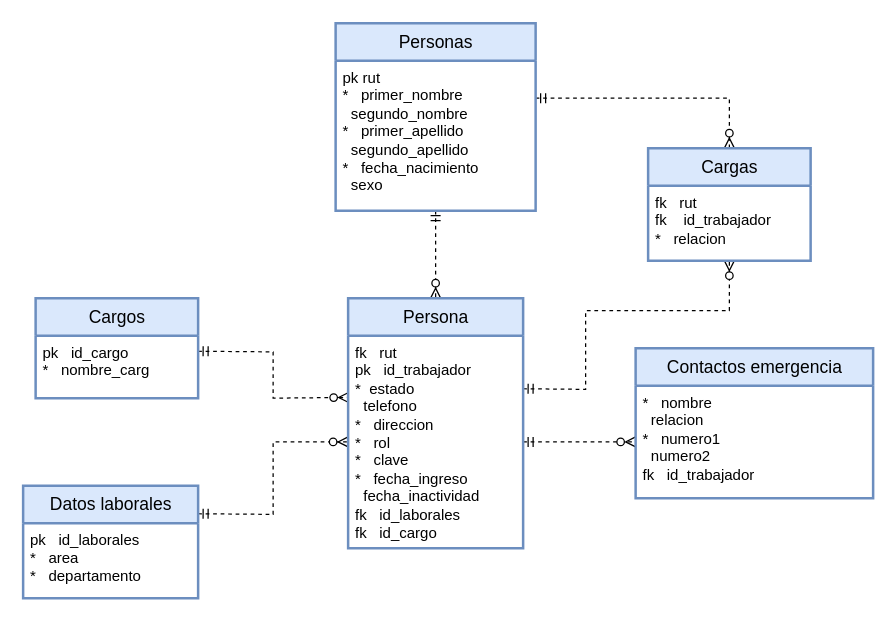
The draw.io diagram ModeloBdTallerDeAplicaciones/diagramas/Diseño fisico.drawio in Bixo612/Carpeta1, before the edit. Source tidied: cells renumbered, new cells numbered last; positions are measured from the earlier drawing's top-left corner, leaving out a move shared by most shapes. Both pictures are drawn from the tidied source at 125%, with x=0, y=0 at pixel (22, 22).
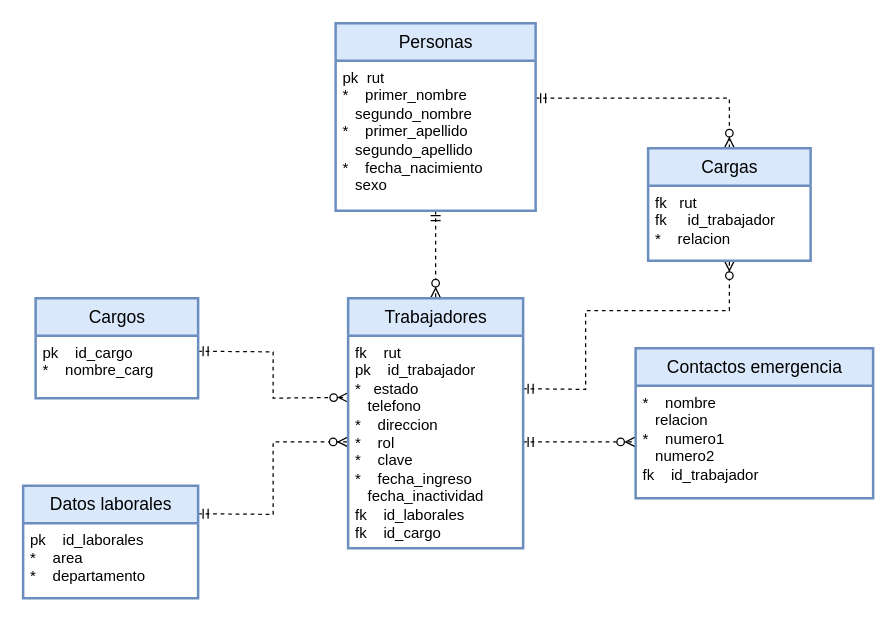
The same page after the edit.

Unchanged cells that the change refers to:
```xml
<mxCell id="10" value="Contactos emergencia" style="swimlane;horizontal=1;startSize=30;rounded=0;fontSize=14;fontStyle=0;strokeWidth=2;shadow=0;dashed=0;align=center;html=1;fillColor=#dae8fc;strokeColor=#6c8ebf;" parent="1" vertex="1">
  <mxGeometry x="490" y="260" width="190" height="120" as="geometry" />
</mxCell>
<mxCell id="12" value="Cargas" style="swimlane;horizontal=1;startSize=30;rounded=0;fontSize=14;fontStyle=0;strokeWidth=2;shadow=0;dashed=0;align=center;html=1;fillColor=#dae8fc;strokeColor=#6c8ebf;" parent="1" vertex="1">
  <mxGeometry x="500" y="100" width="130" height="90" as="geometry" />
</mxCell>
<mxCell id="14" value="Personas" style="swimlane;horizontal=1;startSize=30;rounded=0;fontSize=14;fontStyle=0;strokeWidth=2;shadow=0;dashed=0;align=center;html=1;fillColor=#dae8fc;strokeColor=#6c8ebf;" parent="1" vertex="1">
  <mxGeometry x="250" width="160" height="150" as="geometry" />
</mxCell>
<mxCell id="16" value="Datos laborales" style="swimlane;horizontal=1;startSize=30;rounded=0;fontSize=14;fontStyle=0;strokeWidth=2;shadow=0;dashed=0;align=center;html=1;fillColor=#dae8fc;strokeColor=#6c8ebf;" parent="1" vertex="1">
  <mxGeometry y="370" width="140" height="90" as="geometry" />
</mxCell>
<mxCell id="18" value="Cargos" style="swimlane;horizontal=1;startSize=30;rounded=0;fontSize=14;fontStyle=0;strokeWidth=2;shadow=0;dashed=0;align=center;html=1;fillColor=#dae8fc;strokeColor=#6c8ebf;" parent="1" vertex="1">
  <mxGeometry x="10" y="220" width="130" height="80" as="geometry" />
</mxCell>
```

Change to the diagram source:
```diff
@@
-    <mxCell id="8" value="Persona" style="swimlane;horizontal=1;startSize=30;rounded=0;fontSize=14;fontStyle=0;strokeWidth=2;shadow=0;dashed=0;align=center;html=1;fillColor=#dae8fc;strokeColor=#6c8ebf;" parent="1" vertex="1">
+    <mxCell id="8" value="Trabajadores" style="swimlane;horizontal=1;startSize=30;rounded=0;fontSize=14;fontStyle=0;strokeWidth=2;shadow=0;dashed=0;align=center;html=1;fillColor=#dae8fc;strokeColor=#6c8ebf;" parent="1" vertex="1">
       <mxGeometry x="260" y="220" width="140" height="200" as="geometry" />
     </mxCell>
-    <mxCell id="9" value="&lt;div&gt;&lt;span style=&quot;font-size: 12px;&quot;&gt;fk&lt;span style=&quot;&quot;&gt; &lt;span style=&quot;white-space: pre;&quot;&gt; &lt;span style=&quot;white-space: pre;&quot;&gt; &lt;/span&gt;&lt;/span&gt;&lt;/span&gt;rut&lt;/span&gt;&lt;/div&gt;&lt;div&gt;&lt;span style=&quot;font-size: 12px;&quot;&gt;pk&lt;span style=&quot;&quot;&gt; &lt;span style=&quot;white-space: pre;&quot;&gt; &lt;span style=&quot;white-space: pre;&quot;&gt; &lt;/span&gt;&lt;/span&gt;&lt;/span&gt;id_trabajador&lt;/span&gt;&lt;/div&gt;&lt;div&gt;&lt;span style=&quot;font-size: 12px;&quot;&gt;*&lt;span style=&quot;&quot;&gt; &lt;span style=&quot;white-space: pre;&quot;&gt; &lt;/span&gt;&lt;/span&gt;estado&lt;/span&gt;&lt;/div&gt;&lt;div&gt;&lt;span style=&quot;font-size: 12px;&quot;&gt;&lt;span style=&quot;&quot;&gt; &lt;/span&gt;&lt;span style=&quot;white-space: pre;&quot;&gt; &lt;span style=&quot;white-space: pre;&quot;&gt; &lt;/span&gt;&lt;/span&gt;telefono&lt;/span&gt;&lt;/div&gt;&lt;div&gt;&lt;span style=&quot;font-size: 12px;&quot;&gt;*&lt;span style=&quot;&quot;&gt; &lt;span style=&quot;white-space: pre;&quot;&gt; &lt;span style=&quot;white-space: pre;&quot;&gt; &lt;/span&gt;&lt;/span&gt;&lt;/span&gt;direccion&lt;/span&gt;&lt;/div&gt;&lt;div&gt;&lt;span style=&quot;font-size: 12px;&quot;&gt;*&lt;span style=&quot;&quot;&gt; &lt;span style=&quot;white-space: pre;&quot;&gt; &lt;span style=&quot;white-space: pre;&quot;&gt; &lt;/span&gt;&lt;/span&gt;&lt;/span&gt;rol&lt;/span&gt;&lt;/div&gt;&lt;div&gt;&lt;span style=&quot;font-size: 12px;&quot;&gt;*&lt;span style=&quot;&quot;&gt; &lt;span style=&quot;white-space: pre;&quot;&gt; &lt;span style=&quot;white-space: pre;&quot;&gt; &lt;/span&gt;&lt;/span&gt;&lt;/span&gt;clave&lt;/span&gt;&lt;/div&gt;&lt;div&gt;&lt;span style=&quot;font-size: 12px;&quot;&gt;*&lt;span style=&quot;&quot;&gt; &lt;span style=&quot;white-space: pre;&quot;&gt; &lt;span style=&quot;white-space: pre;&quot;&gt; &lt;/span&gt;&lt;/span&gt;&lt;/span&gt;fecha_ingreso&lt;/span&gt;&lt;/div&gt;&lt;div&gt;&lt;span style=&quot;font-size: 12px;&quot;&gt;&lt;span style=&quot;&quot;&gt; &lt;/span&gt;&lt;span style=&quot;white-space: pre;&quot;&gt; &lt;span style=&quot;white-space: pre;&quot;&gt; &lt;/span&gt;&lt;/span&gt;fecha_inactividad&lt;/span&gt;&lt;/div&gt;&lt;div&gt;&lt;span style=&quot;font-size: 12px;&quot;&gt;fk&lt;span style=&quot;&quot;&gt; &lt;span style=&quot;white-space: pre;&quot;&gt; &lt;span style=&quot;white-space: pre;&quot;&gt; &lt;/span&gt;&lt;/span&gt;&lt;/span&gt;id_laborales&lt;/span&gt;&lt;/div&gt;&lt;div&gt;&lt;span style=&quot;font-size: 12px;&quot;&gt;fk&lt;span style=&quot;&quot;&gt; &lt;span style=&quot;white-space: pre;&quot;&gt; &lt;span style=&quot;white-space: pre;&quot;&gt; &lt;/span&gt;&lt;/span&gt;&lt;/span&gt;id_cargo&lt;/span&gt;&lt;/div&gt;" style="align=left;strokeColor=none;fillColor=none;spacingLeft=4;fontSize=12;verticalAlign=top;html=1;rounded=0;" parent="8" vertex="1">
+    <mxCell id="9" value="&lt;div&gt;&lt;span style=&quot;font-size: 12px;&quot;&gt;fk&lt;span style=&quot;&quot;&gt; &lt;span style=&quot;white-space: pre;&quot;&gt; &lt;span style=&quot;white-space: pre;&quot;&gt; &lt;span style=&quot;white-space: pre;&quot;&gt; &lt;/span&gt;&lt;/span&gt;&lt;/span&gt;&lt;/span&gt;rut&lt;/span&gt;&lt;/div&gt;&lt;div&gt;&lt;span style=&quot;font-size: 12px;&quot;&gt;pk&lt;span style=&quot;&quot;&gt; &lt;span style=&quot;white-space: pre;&quot;&gt; &lt;span style=&quot;white-space: pre;&quot;&gt; &lt;span style=&quot;white-space: pre;&quot;&gt; &lt;/span&gt;&lt;/span&gt;&lt;/span&gt;&lt;/span&gt;id_trabajador&lt;/span&gt;&lt;/div&gt;&lt;div&gt;&lt;span style=&quot;font-size: 12px;&quot;&gt;*&lt;span style=&quot;&quot;&gt; &lt;span style=&quot;white-space: pre;&quot;&gt; &lt;span style=&quot;white-space: pre;&quot;&gt; &lt;/span&gt;&lt;/span&gt;&lt;/span&gt;estado&lt;/span&gt;&lt;/div&gt;&lt;div&gt;&lt;span style=&quot;font-size: 12px;&quot;&gt;&lt;span style=&quot;&quot;&gt; &lt;/span&gt;&lt;span style=&quot;white-space: pre;&quot;&gt; &lt;span style=&quot;white-space: pre;&quot;&gt; &lt;span style=&quot;white-space: pre;&quot;&gt; &lt;/span&gt;&lt;/span&gt;&lt;/span&gt;telefono&lt;/span&gt;&lt;/div&gt;&lt;div&gt;&lt;span style=&quot;font-size: 12px;&quot;&gt;*&lt;span style=&quot;&quot;&gt; &lt;span style=&quot;white-space: pre;&quot;&gt; &lt;span style=&quot;white-space: pre;&quot;&gt; &lt;span style=&quot;white-space: pre;&quot;&gt; &lt;/span&gt;&lt;/span&gt;&lt;/span&gt;&lt;/span&gt;direccion&lt;/span&gt;&lt;/div&gt;&lt;div&gt;&lt;span style=&quot;font-size: 12px;&quot;&gt;*&lt;span style=&quot;&quot;&gt; &lt;span style=&quot;white-space: pre;&quot;&gt; &lt;span style=&quot;white-space: pre;&quot;&gt; &lt;span style=&quot;white-space: pre;&quot;&gt; &lt;/span&gt;&lt;/span&gt;&lt;/span&gt;&lt;/span&gt;rol&lt;/span&gt;&lt;/div&gt;&lt;div&gt;&lt;span style=&quot;font-size: 12px;&quot;&gt;*&lt;span style=&quot;&quot;&gt; &lt;span style=&quot;white-space: pre;&quot;&gt; &lt;span style=&quot;white-space: pre;&quot;&gt; &lt;span style=&quot;white-space: pre;&quot;&gt; &lt;/span&gt;&lt;/span&gt;&lt;/span&gt;&lt;/span&gt;clave&lt;/span&gt;&lt;/div&gt;&lt;div&gt;&lt;span style=&quot;font-size: 12px;&quot;&gt;*&lt;span style=&quot;&quot;&gt; &lt;span style=&quot;white-space: pre;&quot;&gt; &lt;span style=&quot;white-space: pre;&quot;&gt; &lt;span style=&quot;white-space: pre;&quot;&gt; &lt;/span&gt;&lt;/span&gt;&lt;/span&gt;&lt;/span&gt;fecha_ingreso&lt;/span&gt;&lt;/div&gt;&lt;div&gt;&lt;span style=&quot;font-size: 12px;&quot;&gt;&lt;span style=&quot;&quot;&gt; &lt;/span&gt;&lt;span style=&quot;white-space: pre;&quot;&gt; &lt;span style=&quot;white-space: pre;&quot;&gt; &lt;span style=&quot;white-space: pre;&quot;&gt; &lt;/span&gt;&lt;/span&gt;&lt;/span&gt;fecha_inactividad&lt;/span&gt;&lt;/div&gt;&lt;div&gt;&lt;span style=&quot;font-size: 12px;&quot;&gt;fk&lt;span style=&quot;&quot;&gt; &lt;span style=&quot;white-space: pre;&quot;&gt; &lt;span style=&quot;white-space: pre;&quot;&gt; &lt;span style=&quot;white-space: pre;&quot;&gt; &lt;/span&gt;&lt;/span&gt;&lt;/span&gt;&lt;/span&gt;id_laborales&lt;/span&gt;&lt;/div&gt;&lt;div&gt;&lt;span style=&quot;font-size: 12px;&quot;&gt;fk&lt;span style=&quot;&quot;&gt; &lt;span style=&quot;white-space: pre;&quot;&gt; &lt;span style=&quot;white-space: pre;&quot;&gt; &lt;span style=&quot;white-space: pre;&quot;&gt; &lt;/span&gt;&lt;/span&gt;&lt;/span&gt;&lt;/span&gt;id_cargo&lt;/span&gt;&lt;/div&gt;" style="align=left;strokeColor=none;fillColor=none;spacingLeft=4;fontSize=12;verticalAlign=top;html=1;rounded=0;" parent="8" vertex="1">
       <mxGeometry y="30" width="140" height="170" as="geometry" />
     </mxCell>
@@
-    <mxCell id="11" value="&lt;div&gt;&lt;span style=&quot;font-size: 12px;&quot;&gt;*&lt;span style=&quot;&quot;&gt; &lt;span style=&quot;white-space: pre;&quot;&gt; &lt;span style=&quot;white-space: pre;&quot;&gt; &lt;/span&gt;&lt;/span&gt;&lt;/span&gt;nombre&lt;/span&gt;&lt;/div&gt;&lt;div&gt;&lt;span style=&quot;font-size: 12px;&quot;&gt;&lt;span style=&quot;&quot;&gt; &lt;/span&gt;&lt;span style=&quot;white-space: pre;&quot;&gt; &lt;span style=&quot;white-space: pre;&quot;&gt; &lt;/span&gt;&lt;/span&gt;relacion&lt;/span&gt;&lt;/div&gt;&lt;div&gt;&lt;span style=&quot;font-size: 12px;&quot;&gt;*&lt;span style=&quot;&quot;&gt; &lt;span style=&quot;white-space: pre;&quot;&gt; &lt;span style=&quot;white-space: pre;&quot;&gt; &lt;/span&gt;&lt;/span&gt;&lt;/span&gt;numero1&lt;/span&gt;&lt;/div&gt;&lt;div&gt;&lt;span style=&quot;font-size: 12px;&quot;&gt;&lt;span style=&quot;&quot;&gt; &lt;/span&gt;&lt;span style=&quot;white-space: pre;&quot;&gt; &lt;span style=&quot;white-space: pre;&quot;&gt; &lt;/span&gt;&lt;/span&gt;numero2&lt;/span&gt;&lt;/div&gt;&lt;div&gt;&lt;span style=&quot;font-size: 12px;&quot;&gt;fk&lt;span style=&quot;&quot;&gt; &lt;span style=&quot;white-space: pre;&quot;&gt; &lt;span style=&quot;white-space: pre;&quot;&gt; &lt;/span&gt;&lt;/span&gt;&lt;/span&gt;id_trabajador&lt;/span&gt;&lt;/div&gt;" style="align=left;strokeColor=none;fillColor=none;spacingLeft=4;fontSize=12;verticalAlign=top;html=1;rounded=0;" parent="10" vertex="1">
+    <mxCell id="11" value="&lt;div&gt;&lt;span style=&quot;font-size: 12px;&quot;&gt;*&lt;span style=&quot;&quot;&gt; &lt;span style=&quot;white-space: pre;&quot;&gt; &lt;span style=&quot;white-space: pre;&quot;&gt; &lt;span style=&quot;white-space: pre;&quot;&gt; &lt;/span&gt;&lt;/span&gt;&lt;/span&gt;&lt;/span&gt;nombre&lt;/span&gt;&lt;/div&gt;&lt;div&gt;&lt;span style=&quot;font-size: 12px;&quot;&gt;&lt;span style=&quot;&quot;&gt; &lt;/span&gt;&lt;span style=&quot;white-space: pre;&quot;&gt; &lt;span style=&quot;white-space: pre;&quot;&gt; &lt;span style=&quot;white-space: pre;&quot;&gt; &lt;/span&gt;&lt;/span&gt;&lt;/span&gt;relacion&lt;/span&gt;&lt;/div&gt;&lt;div&gt;&lt;span style=&quot;font-size: 12px;&quot;&gt;*&lt;span style=&quot;&quot;&gt; &lt;span style=&quot;white-space: pre;&quot;&gt; &lt;span style=&quot;white-space: pre;&quot;&gt; &lt;span style=&quot;white-space: pre;&quot;&gt; &lt;/span&gt;&lt;/span&gt;&lt;/span&gt;&lt;/span&gt;numero1&lt;/span&gt;&lt;/div&gt;&lt;div&gt;&lt;span style=&quot;font-size: 12px;&quot;&gt;&lt;span style=&quot;&quot;&gt; &lt;/span&gt;&lt;span style=&quot;white-space: pre;&quot;&gt; &lt;span style=&quot;white-space: pre;&quot;&gt; &lt;span style=&quot;white-space: pre;&quot;&gt; &lt;/span&gt;&lt;/span&gt;&lt;/span&gt;numero2&lt;/span&gt;&lt;/div&gt;&lt;div&gt;&lt;span style=&quot;font-size: 12px;&quot;&gt;fk&lt;span style=&quot;&quot;&gt; &lt;span style=&quot;white-space: pre;&quot;&gt; &lt;span style=&quot;white-space: pre;&quot;&gt; &lt;span style=&quot;white-space: pre;&quot;&gt; &lt;/span&gt;&lt;/span&gt;&lt;/span&gt;&lt;/span&gt;id_trabajador&lt;/span&gt;&lt;/div&gt;" style="align=left;strokeColor=none;fillColor=none;spacingLeft=4;fontSize=12;verticalAlign=top;html=1;rounded=0;" parent="10" vertex="1">
       <mxGeometry y="30" width="190" height="90" as="geometry" />
     </mxCell>
@@
-    <mxCell id="13" value="&lt;div&gt;&lt;span style=&quot;font-size: 12px;&quot;&gt;fk&lt;span style=&quot;&quot;&gt; &lt;span style=&quot;white-space: pre;&quot;&gt; &lt;span style=&quot;white-space: pre;&quot;&gt; &lt;/span&gt;&lt;/span&gt;&lt;/span&gt;rut&lt;/span&gt;&lt;/div&gt;&lt;div&gt;&lt;span style=&quot;font-size: 12px;&quot;&gt;fk &lt;span style=&quot;white-space: pre;&quot;&gt; &lt;/span&gt;&lt;span style=&quot;&quot;&gt; &lt;span style=&quot;white-space: pre;&quot;&gt; &lt;/span&gt;&lt;/span&gt;id_trabajador&lt;/span&gt;&lt;/div&gt;&lt;div&gt;&lt;span style=&quot;font-size: 12px;&quot;&gt;*&lt;span style=&quot;&quot;&gt; &lt;span style=&quot;white-space: pre;&quot;&gt; &lt;span style=&quot;white-space: pre;&quot;&gt; &lt;/span&gt;&lt;/span&gt;&lt;/span&gt;relacion&lt;/span&gt;&lt;/div&gt;" style="align=left;strokeColor=none;fillColor=none;spacingLeft=4;fontSize=12;verticalAlign=top;html=1;rounded=0;" parent="12" vertex="1">
+    <mxCell id="13" value="&lt;div&gt;&lt;span style=&quot;font-size: 12px;&quot;&gt;fk&lt;span style=&quot;&quot;&gt; &lt;span style=&quot;white-space: pre;&quot;&gt; &lt;span style=&quot;white-space: pre;&quot;&gt; &lt;/span&gt;&lt;/span&gt;&lt;/span&gt;rut&lt;/span&gt;&lt;/div&gt;&lt;div&gt;&lt;span style=&quot;font-size: 12px;&quot;&gt;fk &lt;span style=&quot;white-space: pre;&quot;&gt; &lt;/span&gt;&lt;span style=&quot;&quot;&gt; &lt;span style=&quot;white-space: pre;&quot;&gt; &lt;span style=&quot;white-space: pre;&quot;&gt; &lt;/span&gt;&lt;/span&gt;&lt;/span&gt;id_trabajador&lt;/span&gt;&lt;/div&gt;&lt;div&gt;&lt;span style=&quot;font-size: 12px;&quot;&gt;*&lt;span style=&quot;&quot;&gt; &lt;span style=&quot;white-space: pre;&quot;&gt; &lt;span style=&quot;white-space: pre;&quot;&gt; &lt;span style=&quot;white-space: pre;&quot;&gt; &lt;/span&gt;&lt;/span&gt;&lt;/span&gt;&lt;/span&gt;relacion&lt;/span&gt;&lt;/div&gt;" style="align=left;strokeColor=none;fillColor=none;spacingLeft=4;fontSize=12;verticalAlign=top;html=1;rounded=0;" parent="12" vertex="1">
       <mxGeometry y="30" width="130" height="60" as="geometry" />
     </mxCell>
@@
-    <mxCell id="15" value="&lt;div&gt;&lt;span style=&quot;font-size: 12px;&quot;&gt;pk&lt;span style=&quot;white-space: pre;&quot;&gt; &lt;/span&gt;rut&lt;/span&gt;&lt;/div&gt;&lt;div&gt;&lt;span style=&quot;font-size: 12px;&quot;&gt;*&lt;span style=&quot;&quot;&gt; &lt;span style=&quot;white-space: pre;&quot;&gt; &lt;span style=&quot;white-space: pre;&quot;&gt; &lt;/span&gt;&lt;/span&gt;&lt;/span&gt;primer_nombre&lt;/span&gt;&lt;/div&gt;&lt;div&gt;&lt;span style=&quot;font-size: 12px;&quot;&gt;&lt;span style=&quot;&quot;&gt; &lt;/span&gt;&lt;span style=&quot;white-space: pre;&quot;&gt; &lt;span style=&quot;white-space: pre;&quot;&gt; &lt;/span&gt;&lt;/span&gt;segundo_nombre&lt;/span&gt;&lt;/div&gt;&lt;div&gt;&lt;span style=&quot;font-size: 12px;&quot;&gt;*&lt;span style=&quot;&quot;&gt; &lt;span style=&quot;white-space: pre;&quot;&gt; &lt;span style=&quot;white-space: pre;&quot;&gt; &lt;/span&gt;&lt;/span&gt;&lt;/span&gt;primer_apellido&lt;/span&gt;&lt;/div&gt;&lt;div&gt;&lt;span style=&quot;font-size: 12px;&quot;&gt;&lt;span style=&quot;&quot;&gt; &lt;/span&gt;&lt;span style=&quot;white-space: pre;&quot;&gt; &lt;span style=&quot;white-space: pre;&quot;&gt; &lt;/span&gt;&lt;/span&gt;segundo_apellido&lt;/span&gt;&lt;/div&gt;&lt;div&gt;&lt;span style=&quot;font-size: 12px;&quot;&gt;*&lt;span style=&quot;&quot;&gt; &lt;span style=&quot;white-space: pre;&quot;&gt; &lt;span style=&quot;white-space: pre;&quot;&gt; &lt;/span&gt;&lt;/span&gt;&lt;/span&gt;fecha_nacimiento&lt;/span&gt;&lt;/div&gt;&lt;div&gt;&lt;span style=&quot;font-size: 12px;&quot;&gt;&lt;span style=&quot;&quot;&gt; &lt;/span&gt;&lt;span style=&quot;white-space: pre;&quot;&gt; &lt;span style=&quot;white-space: pre;&quot;&gt; &lt;/span&gt;&lt;/span&gt;sexo&lt;/span&gt;&lt;/div&gt;" style="align=left;strokeColor=none;fillColor=none;spacingLeft=4;fontSize=12;verticalAlign=top;html=1;rounded=0;" parent="14" vertex="1">
+    <mxCell id="15" value="&lt;div&gt;&lt;span style=&quot;font-size: 12px;&quot;&gt;pk&lt;span style=&quot;white-space: pre;&quot;&gt; &lt;span style=&quot;white-space: pre;&quot;&gt; &lt;/span&gt;&lt;/span&gt;rut&lt;/span&gt;&lt;/div&gt;&lt;div&gt;&lt;span style=&quot;font-size: 12px;&quot;&gt;*&lt;span style=&quot;&quot;&gt; &lt;span style=&quot;white-space: pre;&quot;&gt; &lt;span style=&quot;white-space: pre;&quot;&gt; &lt;span style=&quot;white-space: pre;&quot;&gt; &lt;/span&gt;&lt;/span&gt;&lt;/span&gt;&lt;/span&gt;primer_nombre&lt;/span&gt;&lt;/div&gt;&lt;div&gt;&lt;span style=&quot;font-size: 12px;&quot;&gt;&lt;span style=&quot;&quot;&gt; &lt;/span&gt;&lt;span style=&quot;white-space: pre;&quot;&gt; &lt;span style=&quot;white-space: pre;&quot;&gt; &lt;span style=&quot;white-space: pre;&quot;&gt; &lt;/span&gt;&lt;/span&gt;&lt;/span&gt;segundo_nombre&lt;/span&gt;&lt;/div&gt;&lt;div&gt;&lt;span style=&quot;font-size: 12px;&quot;&gt;*&lt;span style=&quot;&quot;&gt; &lt;span style=&quot;white-space: pre;&quot;&gt; &lt;span style=&quot;white-space: pre;&quot;&gt; &lt;span style=&quot;white-space: pre;&quot;&gt; &lt;/span&gt;&lt;/span&gt;&lt;/span&gt;&lt;/span&gt;primer_apellido&lt;/span&gt;&lt;/div&gt;&lt;div&gt;&lt;span style=&quot;font-size: 12px;&quot;&gt;&lt;span style=&quot;&quot;&gt; &lt;/span&gt;&lt;span style=&quot;white-space: pre;&quot;&gt; &lt;span style=&quot;white-space: pre;&quot;&gt; &lt;span style=&quot;white-space: pre;&quot;&gt; &lt;/span&gt;&lt;/span&gt;&lt;/span&gt;segundo_apellido&lt;/span&gt;&lt;/div&gt;&lt;div&gt;&lt;span style=&quot;font-size: 12px;&quot;&gt;*&lt;span style=&quot;&quot;&gt; &lt;span style=&quot;white-space: pre;&quot;&gt; &lt;span style=&quot;white-space: pre;&quot;&gt; &lt;span style=&quot;white-space: pre;&quot;&gt; &lt;/span&gt;&lt;/span&gt;&lt;/span&gt;&lt;/span&gt;fecha_nacimiento&lt;/span&gt;&lt;/div&gt;&lt;div&gt;&lt;span style=&quot;font-size: 12px;&quot;&gt;&lt;span style=&quot;&quot;&gt; &lt;/span&gt;&lt;span style=&quot;white-space: pre;&quot;&gt; &lt;span style=&quot;white-space: pre;&quot;&gt; &lt;span style=&quot;white-space: pre;&quot;&gt; &lt;/span&gt;&lt;/span&gt;&lt;/span&gt;sexo&lt;/span&gt;&lt;/div&gt;" style="align=left;strokeColor=none;fillColor=none;spacingLeft=4;fontSize=12;verticalAlign=top;html=1;rounded=0;" parent="14" vertex="1">
       <mxGeometry y="30" width="160" height="120" as="geometry" />
     </mxCell>
@@
-    <mxCell id="17" value="&lt;div&gt;&lt;span style=&quot;font-size: 12px;&quot;&gt;pk&lt;span style=&quot;&quot;&gt; &lt;span style=&quot;white-space: pre;&quot;&gt; &lt;span style=&quot;white-space: pre;&quot;&gt; &lt;/span&gt;&lt;/span&gt;&lt;/span&gt;id_laborales&lt;/span&gt;&lt;/div&gt;&lt;div&gt;&lt;span style=&quot;font-size: 12px;&quot;&gt;*&lt;span style=&quot;&quot;&gt; &lt;span style=&quot;white-space: pre;&quot;&gt; &lt;span style=&quot;white-space: pre;&quot;&gt; &lt;/span&gt;&lt;/span&gt;&lt;/span&gt;area&lt;/span&gt;&lt;/div&gt;&lt;div&gt;&lt;span style=&quot;font-size: 12px;&quot;&gt;*&lt;span style=&quot;&quot;&gt; &lt;span style=&quot;white-space: pre;&quot;&gt; &lt;span style=&quot;white-space: pre;&quot;&gt; &lt;/span&gt;&lt;/span&gt;&lt;/span&gt;departamento&lt;/span&gt;&lt;/div&gt;" style="align=left;strokeColor=none;fillColor=none;spacingLeft=4;fontSize=12;verticalAlign=top;html=1;rounded=0;" parent="16" vertex="1">
+    <mxCell id="17" value="&lt;div&gt;&lt;span style=&quot;font-size: 12px;&quot;&gt;pk&lt;span style=&quot;&quot;&gt; &lt;span style=&quot;white-space: pre;&quot;&gt; &lt;span style=&quot;white-space: pre;&quot;&gt; &lt;span style=&quot;white-space: pre;&quot;&gt; &lt;/span&gt;&lt;/span&gt;&lt;/span&gt;&lt;/span&gt;id_laborales&lt;/span&gt;&lt;/div&gt;&lt;div&gt;&lt;span style=&quot;font-size: 12px;&quot;&gt;*&lt;span style=&quot;&quot;&gt; &lt;span style=&quot;white-space: pre;&quot;&gt; &lt;span style=&quot;white-space: pre;&quot;&gt; &lt;span style=&quot;white-space: pre;&quot;&gt; &lt;/span&gt;&lt;/span&gt;&lt;/span&gt;&lt;/span&gt;area&lt;/span&gt;&lt;/div&gt;&lt;div&gt;&lt;span style=&quot;font-size: 12px;&quot;&gt;*&lt;span style=&quot;&quot;&gt; &lt;span style=&quot;white-space: pre;&quot;&gt; &lt;span style=&quot;white-space: pre;&quot;&gt; &lt;span style=&quot;white-space: pre;&quot;&gt; &lt;/span&gt;&lt;/span&gt;&lt;/span&gt;&lt;/span&gt;departamento&lt;/span&gt;&lt;/div&gt;" style="align=left;strokeColor=none;fillColor=none;spacingLeft=4;fontSize=12;verticalAlign=top;html=1;rounded=0;" parent="16" vertex="1">
       <mxGeometry y="30" width="140" height="60" as="geometry" />
     </mxCell>
@@
-    <mxCell id="19" value="&lt;div&gt;&lt;span style=&quot;font-size: 12px;&quot;&gt;pk&lt;span style=&quot;&quot;&gt; &lt;span style=&quot;white-space: pre;&quot;&gt; &lt;span style=&quot;white-space: pre;&quot;&gt; &lt;/span&gt;&lt;/span&gt;&lt;/span&gt;id_cargo&lt;/span&gt;&lt;/div&gt;&lt;div&gt;&lt;span style=&quot;font-size: 12px;&quot;&gt;*&lt;span style=&quot;&quot;&gt; &lt;span style=&quot;white-space: pre;&quot;&gt; &lt;span style=&quot;white-space: pre;&quot;&gt; &lt;/span&gt;&lt;/span&gt;&lt;/span&gt;nombre_carg&lt;/span&gt;&lt;/div&gt;" style="align=left;strokeColor=none;fillColor=none;spacingLeft=4;fontSize=12;verticalAlign=top;html=1;rounded=0;" parent="18" vertex="1">
+    <mxCell id="19" value="&lt;div&gt;&lt;span style=&quot;font-size: 12px;&quot;&gt;pk&lt;span style=&quot;&quot;&gt; &lt;span style=&quot;white-space: pre;&quot;&gt; &lt;span style=&quot;white-space: pre;&quot;&gt; &lt;span style=&quot;white-space: pre;&quot;&gt; &lt;/span&gt;&lt;/span&gt;&lt;/span&gt;&lt;/span&gt;id_cargo&lt;/span&gt;&lt;/div&gt;&lt;div&gt;&lt;span style=&quot;font-size: 12px;&quot;&gt;*&lt;span style=&quot;&quot;&gt; &lt;span style=&quot;white-space: pre;&quot;&gt; &lt;span style=&quot;white-space: pre;&quot;&gt; &lt;span style=&quot;white-space: pre;&quot;&gt; &lt;/span&gt;&lt;/span&gt;&lt;/span&gt;&lt;/span&gt;nombre_carg&lt;/span&gt;&lt;/div&gt;" style="align=left;strokeColor=none;fillColor=none;spacingLeft=4;fontSize=12;verticalAlign=top;html=1;rounded=0;" parent="18" vertex="1">
       <mxGeometry y="30" width="130" height="50" as="geometry" />
     </mxCell>
```
